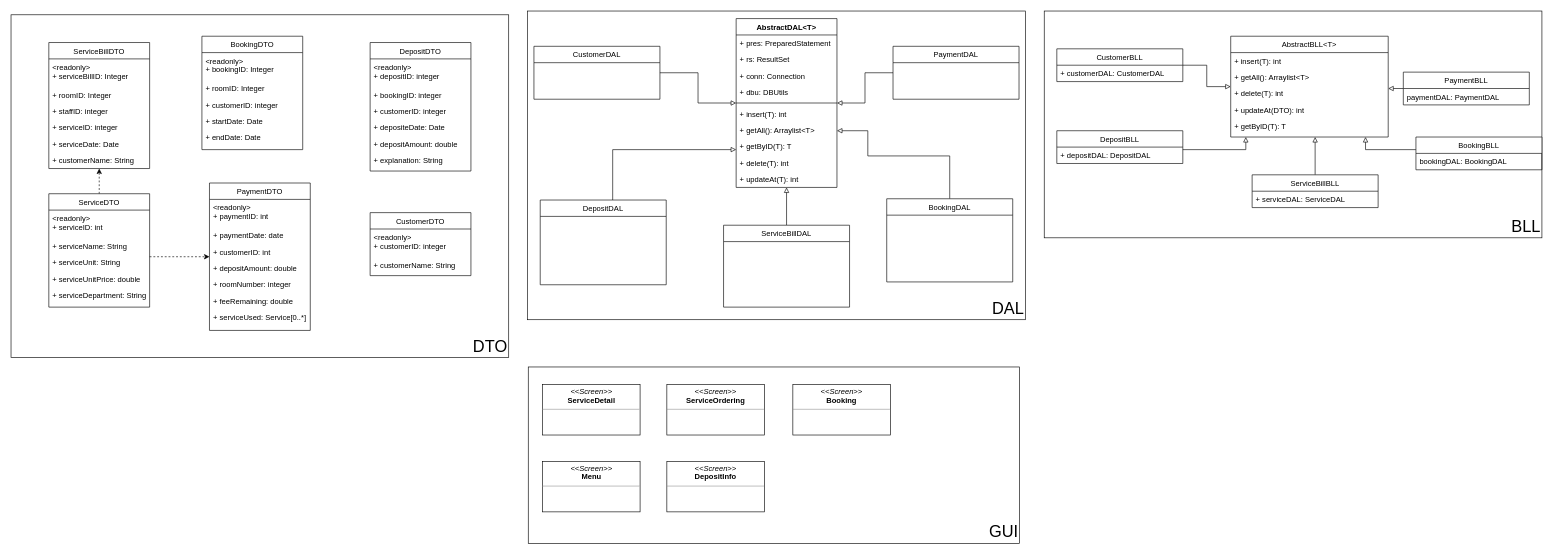
Earlier version of the draw.io diagram Diagram/Class Diagram.drawio (jonathanha52/SE104.L23.PMCL). Source tidied: cells renumbered, new cells numbered last; positions are measured from the earlier drawing's top-left corner, leaving out a move shared by most shapes. Both pictures are drawn from the tidied source at 63%, with x=0, y=0 at pixel (11, 11).
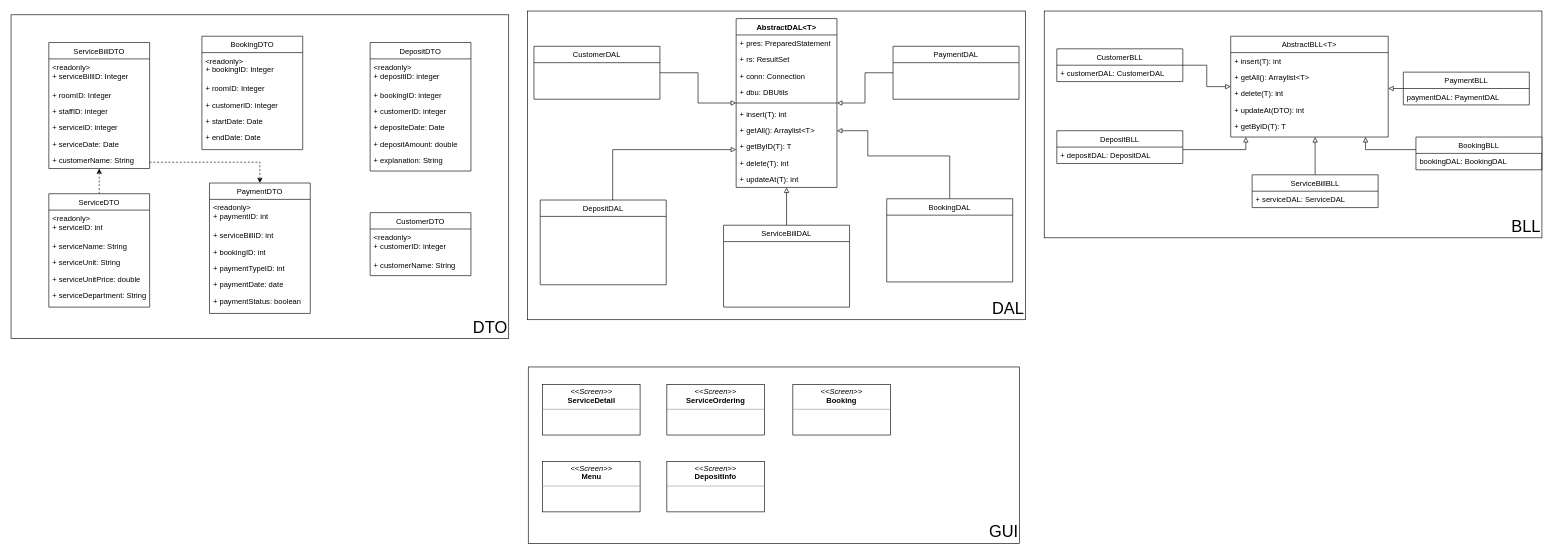
The same diagram, later.

The change refers to these unchanged cells:
```xml
<mxCell id="4" value="ServiceBillDTO" style="swimlane;fontStyle=0;align=center;verticalAlign=top;horizontal=1;startSize=26;rounded=0;shadow=0;strokeWidth=1;" parent="1" vertex="1">
  <mxGeometry x="60" y="50" width="160" height="200" as="geometry" />
</mxCell>
<mxCell id="13" value="ServiceDTO" style="swimlane;fontStyle=0;align=center;verticalAlign=top;horizontal=1;startSize=26;rounded=0;shadow=0;strokeWidth=1;" parent="1" vertex="1">
  <mxGeometry x="60" y="290" width="160" height="180" as="geometry" />
</mxCell>
```

Diff of the diagram source:
```diff
@@
     <mxCell id="3" value="DTO" style="rounded=0;whiteSpace=wrap;html=1;fillColor=none;shadow=0;glass=0;align=right;verticalAlign=bottom;fontSize=26;" parent="1" vertex="1">
-      <mxGeometry y="6" width="790" height="544" as="geometry" />
+      <mxGeometry y="6" width="790" height="514" as="geometry" />
     </mxCell>
@@
-    <mxCell id="12" style="edgeStyle=orthogonalEdgeStyle;rounded=0;jettySize=auto;html=1;dashed=1;" parent="1" edge="1" source="13" target="26">
+    <mxCell id="12" style="edgeStyle=orthogonalEdgeStyle;rounded=0;jettySize=auto;html=1;dashed=1;" parent="1" edge="1" source="4" target="26">
       <mxGeometry relative="1" as="geometry">
         <Array as="points">
-          <mxPoint x="290" y="390" />
-          <mxPoint x="290" y="390" />
+          <mxPoint x="395" y="240" />
         </Array>
       </mxGeometry>
     </mxCell>
@@
     <mxCell id="26" value="PaymentDTO" style="swimlane;fontStyle=0;align=center;verticalAlign=top;horizontal=1;startSize=26;rounded=0;shadow=0;strokeWidth=1;" parent="1" vertex="1">
-      <mxGeometry x="315" y="273" width="160" height="234" as="geometry" />
+      <mxGeometry x="315" y="273" width="160" height="207" as="geometry" />
     </mxCell>
@@
+    <mxCell id="33" value="+ serviceBillID: int" style="text;align=left;verticalAlign=top;spacingLeft=4;spacingRight=4;overflow=hidden;rounded=0;shadow=0;html=0;" parent="26" vertex="1">
+      <mxGeometry y="70" width="160" height="26" as="geometry" />
+    </mxCell>
+    <mxCell id="31" value="+ bookingID: int" style="text;align=left;verticalAlign=top;spacingLeft=4;spacingRight=4;overflow=hidden;rounded=0;shadow=0;html=0;" parent="26" vertex="1">
+      <mxGeometry y="96" width="160" height="26" as="geometry" />
+    </mxCell>
+    <mxCell id="29" value="+ paymentTypeID: int" style="text;align=left;verticalAlign=top;spacingLeft=4;spacingRight=4;overflow=hidden;rounded=0;shadow=0;html=0;" parent="26" vertex="1">
+      <mxGeometry y="122" width="160" height="26" as="geometry" />
+    </mxCell>
     <mxCell id="28" value="+ paymentDate: date" style="text;align=left;verticalAlign=top;spacingLeft=4;spacingRight=4;overflow=hidden;" parent="26" vertex="1">
-      <mxGeometry y="70" width="160" height="26" as="geometry" />
+      <mxGeometry y="148" width="160" height="26" as="geometry" />
     </mxCell>
-    <mxCell id="29" value="+ customerID: int" style="text;align=left;verticalAlign=top;spacingLeft=4;spacingRight=4;overflow=hidden;rounded=0;shadow=0;html=0;" parent="26" vertex="1">
-      <mxGeometry y="96" width="160" height="26" as="geometry" />
-    </mxCell>
-    <mxCell id="30" value="+ depositAmount: double" style="text;align=left;verticalAlign=top;spacingLeft=4;spacingRight=4;overflow=hidden;rounded=0;shadow=0;html=0;" parent="26" vertex="1">
-      <mxGeometry y="122" width="160" height="26" as="geometry" />
-    </mxCell>
-    <mxCell id="31" value="+ roomNumber: integer" style="text;align=left;verticalAlign=top;spacingLeft=4;spacingRight=4;overflow=hidden;rounded=0;shadow=0;html=0;" parent="26" vertex="1">
-      <mxGeometry y="148" width="160" height="26" as="geometry" />
-    </mxCell>
-    <mxCell id="32" value="+ feeRemaining: double" style="text;align=left;verticalAlign=top;spacingLeft=4;spacingRight=4;overflow=hidden;rounded=0;shadow=0;html=0;" parent="26" vertex="1">
+    <mxCell id="32" value="+ paymentStatus: boolean" style="text;align=left;verticalAlign=top;spacingLeft=4;spacingRight=4;overflow=hidden;rounded=0;shadow=0;html=0;" parent="26" vertex="1">
       <mxGeometry y="174" width="160" height="26" as="geometry" />
     </mxCell>
-    <mxCell id="33" value="+ serviceUsed: Service[0..*]" style="text;align=left;verticalAlign=top;spacingLeft=4;spacingRight=4;overflow=hidden;rounded=0;shadow=0;html=0;" parent="26" vertex="1">
-      <mxGeometry y="200" width="160" height="26" as="geometry" />
-    </mxCell>
```
